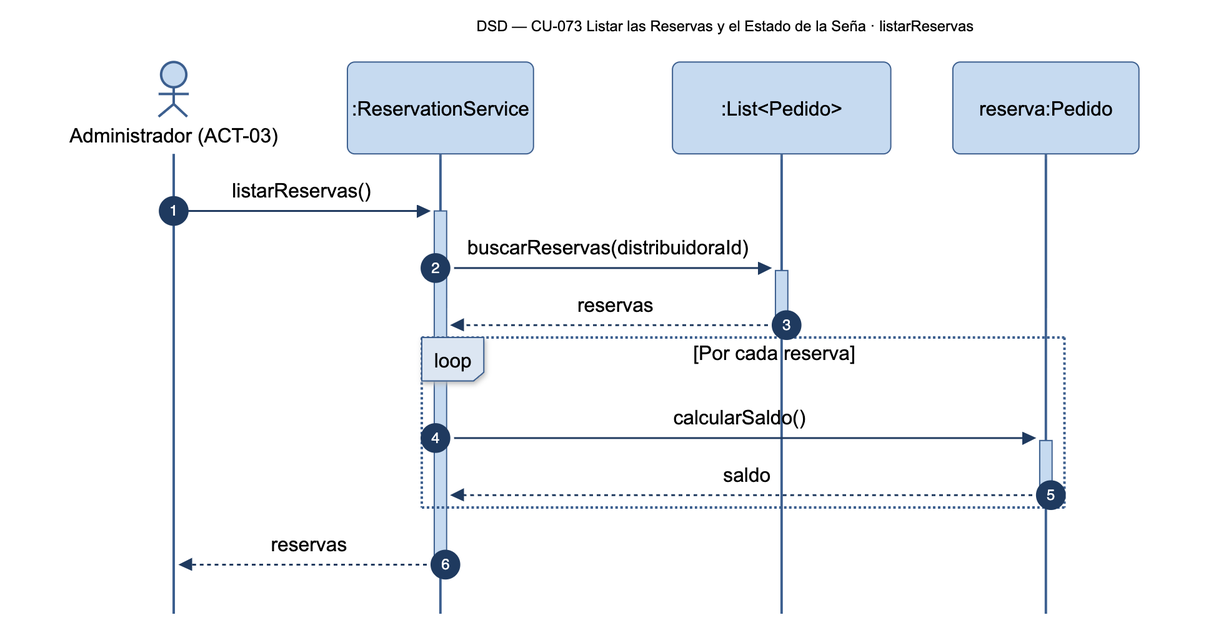
Above: diagramas/png/DSD_CU-073_listarReservas.png in Nahuelito-Dev/splg-docs (Mermaid), before the change. Its source is kept beside it as diagramas/DSD_CU-073_listarReservas.mmd.
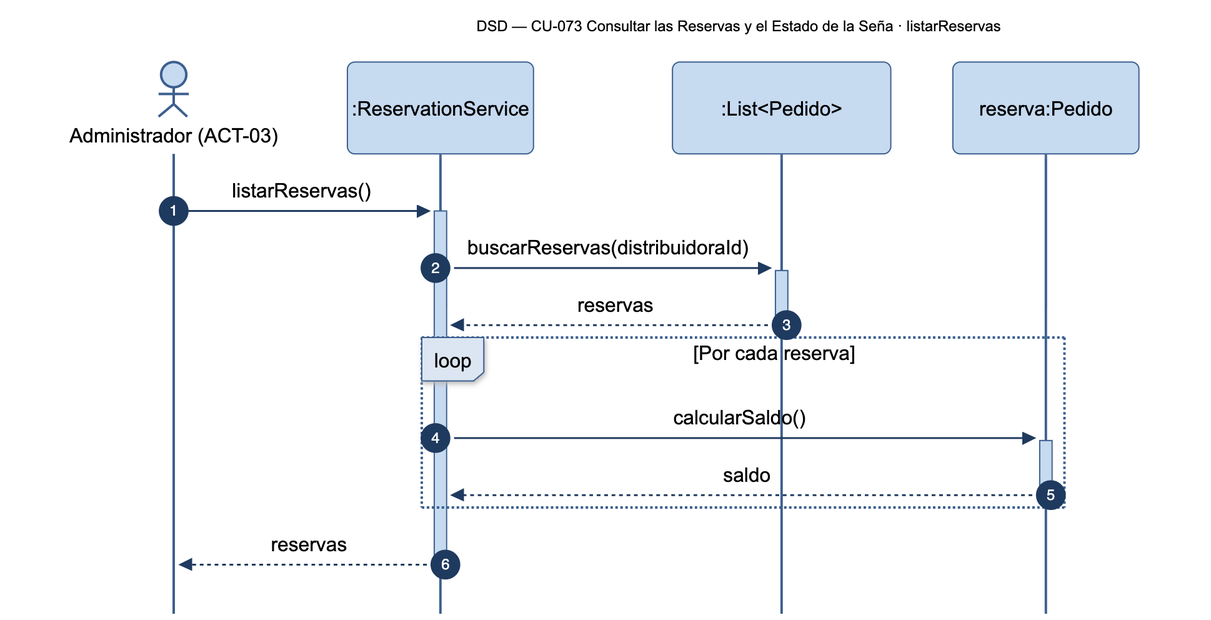
After the change.

What changed in the source:
```diff
@@ -1,5 +1,5 @@
 sequenceDiagram
-    title DSD — CU-073 Listar las Reservas y el Estado de la Seña · listarReservas
+    title DSD — CU-073 Consultar las Reservas y el Estado de la Seña · listarReservas
     autonumber
     actor ADM as Administrador (ACT-03)
     participant SRV as :ReservationService
```
